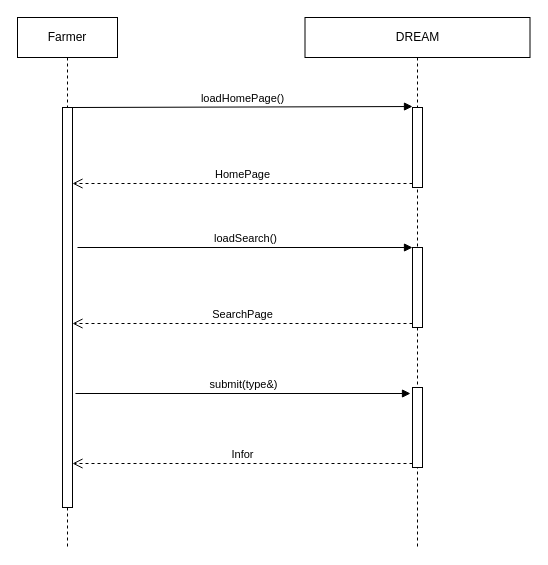
The draw.io diagram page "FarmeRserachInfo" (6 of 13) of RASD/diagrams/Sequence Diagram.drawio in ictar/DREAM-SE2-Project-2022, before the edit. Source tidied: cells renumbered, new cells numbered last; positions are measured from the earlier drawing's top-left corner, leaving out a move shared by most shapes. Both pictures are drawn from the tidied source at 100%, with x=0, y=0 at pixel (17, 17).
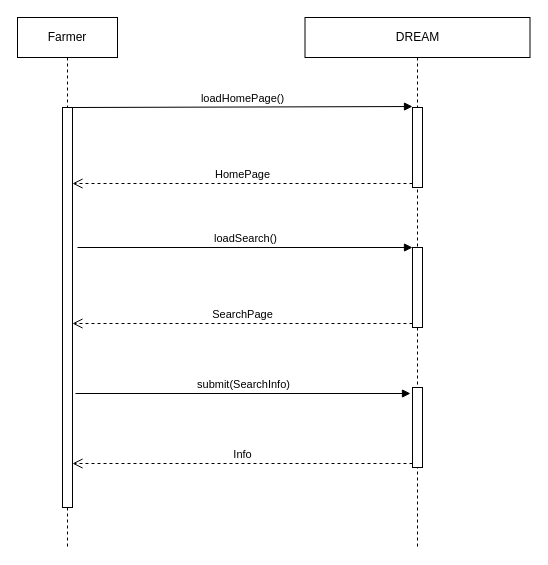
The same page after the edit.

Change to the diagram source:
```diff
@@
 <mxGraphModel>
   <root>
     <mxCell id="0" />
     <mxCell id="1" parent="0" />
     <mxCell id="2" value="Farmer" style="shape=umlLifeline;perimeter=lifelinePerimeter;whiteSpace=wrap;html=1;" parent="1" vertex="1">
       <mxGeometry width="100" height="530" as="geometry" />
     </mxCell>
     <mxCell id="3" value="DREAM" style="shape=umlLifeline;perimeter=lifelinePerimeter;whiteSpace=wrap;html=1;" parent="1" vertex="1">
       <mxGeometry x="287.5" width="225" height="530" as="geometry" />
     </mxCell>
     <mxCell id="4" value="loadHomePage()" style="html=1;verticalAlign=bottom;endArrow=block;rounded=0;entryX=0;entryY=-0.012;entryDx=0;entryDy=0;entryPerimeter=0;" parent="1" edge="1" target="10">
       <mxGeometry relative="1" as="geometry">
         <mxPoint x="55" y="90" as="sourcePoint" />
       </mxGeometry>
     </mxCell>
     <mxCell id="5" value="HomePage" style="html=1;verticalAlign=bottom;endArrow=open;dashed=1;endSize=8;exitX=0;exitY=0.95;rounded=0;" parent="1" edge="1" source="10">
       <mxGeometry relative="1" as="geometry">
         <mxPoint x="55" y="166" as="targetPoint" />
       </mxGeometry>
     </mxCell>
     <mxCell id="6" value="loadSearch()" style="html=1;verticalAlign=bottom;endArrow=block;entryX=0;entryY=0;rounded=0;" parent="1" edge="1" target="11">
       <mxGeometry relative="1" as="geometry">
         <mxPoint x="60" y="230" as="sourcePoint" />
       </mxGeometry>
     </mxCell>
     <mxCell id="7" value="SearchPage" style="html=1;verticalAlign=bottom;endArrow=open;dashed=1;endSize=8;exitX=0;exitY=0.95;rounded=0;" parent="1" edge="1" source="11">
       <mxGeometry relative="1" as="geometry">
         <mxPoint x="55" y="306" as="targetPoint" />
       </mxGeometry>
     </mxCell>
-    <mxCell id="8" value="submit(type&amp;amp;)" style="html=1;verticalAlign=bottom;endArrow=block;entryX=0;entryY=0;rounded=0;" parent="1" edge="1">
+    <mxCell id="8" value="submit(SearchInfo)" style="html=1;verticalAlign=bottom;endArrow=block;entryX=0;entryY=0;rounded=0;" parent="1" edge="1">
       <mxGeometry relative="1" as="geometry">
         <mxPoint x="58" y="376" as="sourcePoint" />
         <mxPoint x="393" y="376" as="targetPoint" />
       </mxGeometry>
     </mxCell>
-    <mxCell id="9" value="Infor" style="html=1;verticalAlign=bottom;endArrow=open;dashed=1;endSize=8;exitX=0;exitY=0.95;rounded=0;" parent="1" edge="1">
+    <mxCell id="9" value="Info" style="html=1;verticalAlign=bottom;endArrow=open;dashed=1;endSize=8;exitX=0;exitY=0.95;rounded=0;" parent="1" edge="1">
       <mxGeometry relative="1" as="geometry">
         <mxPoint x="395" y="446" as="sourcePoint" />
         <mxPoint x="55" y="446" as="targetPoint" />
       </mxGeometry>
     </mxCell>
     <mxCell id="10" style="html=1;points=[];perimeter=orthogonalPerimeter;" parent="1" vertex="1">
       <mxGeometry x="395" y="90" width="10" height="80" as="geometry" />
     </mxCell>
     <mxCell id="11" style="html=1;points=[];perimeter=orthogonalPerimeter;" parent="1" vertex="1">
       <mxGeometry x="395" y="230" width="10" height="80" as="geometry" />
     </mxCell>
     <mxCell id="12" style="html=1;perimeter=orthogonalPerimeter;" parent="1" vertex="1">
       <mxGeometry x="395" y="370" width="10" height="80" as="geometry" />
     </mxCell>
     <mxCell id="13" style="html=1;perimeter=orthogonalPerimeter;" parent="1" vertex="1">
       <mxGeometry x="45" y="90" width="10" height="400" as="geometry" />
     </mxCell>
   </root>
 </mxGraphModel>
```
